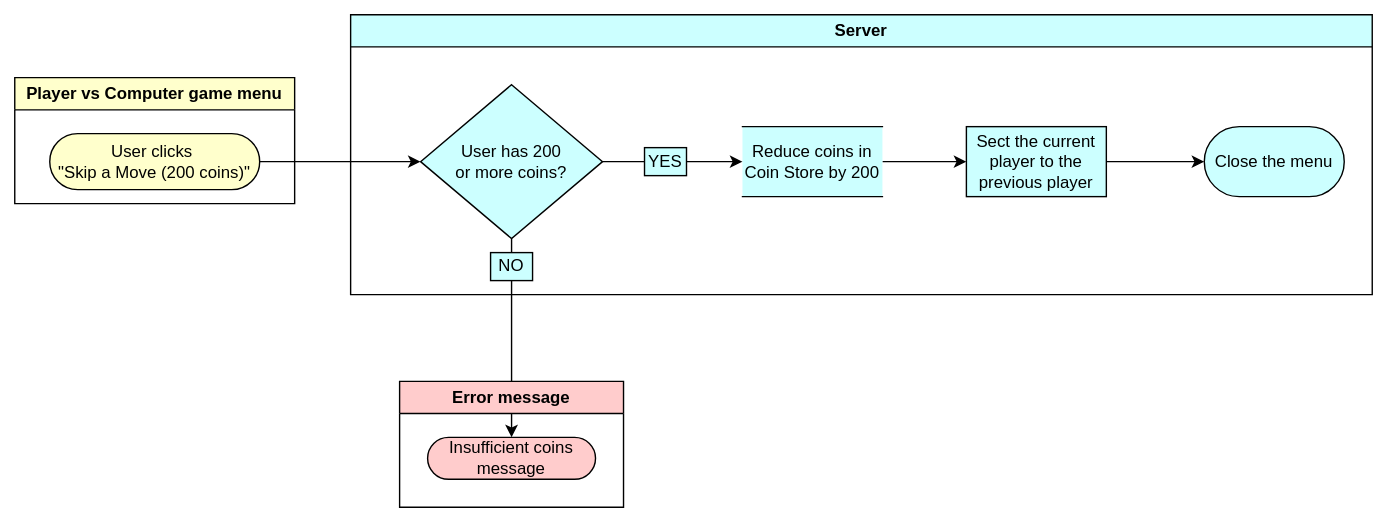
Before: docs/images/skip-a-move.drawio.svg, a diagram exported from draw.io (Rakshitg600/Notakto-website). Source tidied: cells renumbered, new cells last; positions are measured from the earlier drawing's top-left corner, leaving out a move shared by most shapes. Its diagram source:
```xml
<mxGraphModel>
  <root>
    <mxCell id="0" />
    <mxCell id="1" parent="0" />
    <mxCell id="2" style="edgeStyle=orthogonalEdgeStyle;rounded=0;jettySize=auto;html=1;" parent="1" edge="1" source="11" target="17">
      <mxGeometry relative="1" as="geometry" />
    </mxCell>
    <mxCell id="3" value="Player vs Computer game menu" style="swimlane;whiteSpace=wrap;html=1;fillColor=#FFFFCC;" parent="1" vertex="1">
      <mxGeometry y="45" width="200" height="90" as="geometry" />
    </mxCell>
    <mxCell id="4" value="&lt;div&gt;User clicks&amp;nbsp;&lt;/div&gt;&lt;div&gt;&quot;Skip a Move (200 coins)&quot;&lt;/div&gt;" style="whiteSpace=wrap;html=1;dashed=0;shape=mxgraph.dfd.start;fillColor=#FFFFCC;" parent="3" vertex="1">
      <mxGeometry x="25" y="40" width="150" height="40" as="geometry" />
    </mxCell>
    <mxCell id="5" value="Server" style="swimlane;whiteSpace=wrap;html=1;fillColor=#CCFFFF;" parent="1" vertex="1">
      <mxGeometry x="240" width="730" height="200" as="geometry" />
    </mxCell>
    <mxCell id="6" style="edgeStyle=orthogonalEdgeStyle;rounded=0;jettySize=auto;html=1;fillColor=#CCFFFF;" parent="5" edge="1" source="7" target="9">
      <mxGeometry relative="1" as="geometry" />
    </mxCell>
    <mxCell id="7" value="Reduce coins in Coin Store by 200" style="html=1;dashed=0;whiteSpace=wrap;fillColor=#CCFFFF;shape=partialRectangle;right=0;left=0;" parent="5" vertex="1">
      <mxGeometry x="280" y="80" width="100" height="50" as="geometry" />
    </mxCell>
    <mxCell id="8" style="edgeStyle=orthogonalEdgeStyle;rounded=0;jettySize=auto;html=1;fillColor=#CCFFFF;" parent="5" edge="1" source="9" target="10">
      <mxGeometry relative="1" as="geometry" />
    </mxCell>
    <mxCell id="9" value="Sect the current player to the previous player" style="html=1;dashed=0;whiteSpace=wrap;fillColor=#CCFFFF;" parent="5" vertex="1">
      <mxGeometry x="440" y="80" width="100" height="50" as="geometry" />
    </mxCell>
    <mxCell id="10" value="Close the menu" style="html=1;dashed=0;whiteSpace=wrap;shape=mxgraph.dfd.start;fillColor=#CCFFFF;" parent="5" vertex="1">
      <mxGeometry x="610" y="80" width="100" height="50" as="geometry" />
    </mxCell>
    <mxCell id="11" value="&lt;div&gt;User has 200&lt;/div&gt;&lt;div&gt;or more coins?&lt;/div&gt;" style="shape=rhombus;html=1;dashed=0;whiteSpace=wrap;perimeter=rhombusPerimeter;fillColor=#CCFFFF;" parent="5" vertex="1">
      <mxGeometry x="50" y="50" width="130" height="110" as="geometry" />
    </mxCell>
    <mxCell id="12" style="edgeStyle=orthogonalEdgeStyle;rounded=0;jettySize=auto;html=1;fillColor=#CCFFFF;" parent="5" edge="1" source="11" target="7">
      <mxGeometry relative="1" as="geometry" />
    </mxCell>
    <mxCell id="13" value="YES" style="rounded=0;whiteSpace=wrap;html=1;fillColor=#CCFFFF;" parent="5" vertex="1">
      <mxGeometry x="210" y="95" width="30" height="20" as="geometry" />
    </mxCell>
    <mxCell id="14" value="NO" style="rounded=0;whiteSpace=wrap;html=1;fillColor=#CCFFFF;" parent="5" vertex="1">
      <mxGeometry x="100" y="170" width="30" height="20" as="geometry" />
    </mxCell>
    <mxCell id="15" style="edgeStyle=orthogonalEdgeStyle;rounded=0;jettySize=auto;html=1;" parent="1" edge="1" source="4" target="11">
      <mxGeometry relative="1" as="geometry" />
    </mxCell>
    <mxCell id="16" value="Error message" style="swimlane;whiteSpace=wrap;html=1;fillColor=#FFCCCC;" parent="1" vertex="1">
      <mxGeometry x="275" y="262" width="160" height="90" as="geometry" />
    </mxCell>
    <mxCell id="17" value="Insufficient coins message" style="html=1;dashed=0;whiteSpace=wrap;shape=mxgraph.dfd.start;fillColor=#FFCCCC;" parent="16" vertex="1">
      <mxGeometry x="20" y="40" width="120" height="30" as="geometry" />
    </mxCell>
  </root>
</mxGraphModel>
```
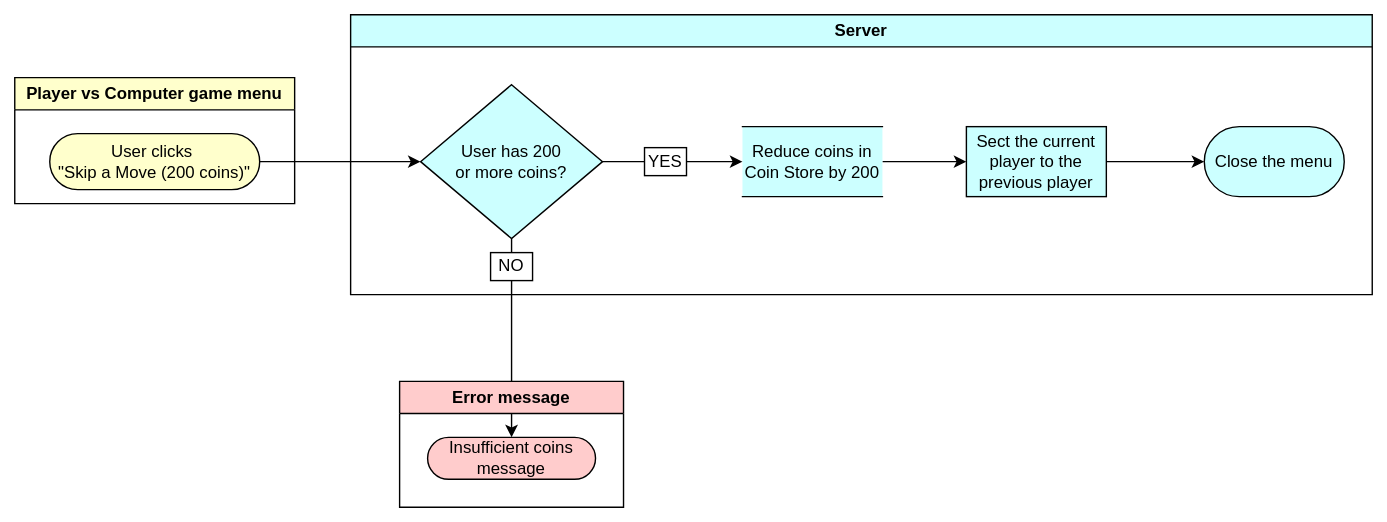
Above is the later version.

Diff of the diagram source:
```diff
@@ -35,10 +35,10 @@
     <mxCell id="12" style="edgeStyle=orthogonalEdgeStyle;rounded=0;jettySize=auto;html=1;fillColor=#CCFFFF;" parent="5" edge="1" source="11" target="7">
       <mxGeometry relative="1" as="geometry" />
     </mxCell>
-    <mxCell id="13" value="YES" style="rounded=0;whiteSpace=wrap;html=1;fillColor=#CCFFFF;" parent="5" vertex="1">
+    <mxCell id="13" value="YES" style="rounded=0;whiteSpace=wrap;html=1;fillColor=default;" parent="5" vertex="1">
       <mxGeometry x="210" y="95" width="30" height="20" as="geometry" />
     </mxCell>
-    <mxCell id="14" value="NO" style="rounded=0;whiteSpace=wrap;html=1;fillColor=#CCFFFF;" parent="5" vertex="1">
+    <mxCell id="14" value="NO" style="rounded=0;whiteSpace=wrap;html=1;fillColor=default;" parent="5" vertex="1">
       <mxGeometry x="100" y="170" width="30" height="20" as="geometry" />
     </mxCell>
     <mxCell id="15" style="edgeStyle=orthogonalEdgeStyle;rounded=0;jettySize=auto;html=1;" parent="1" edge="1" source="4" target="11">
```
